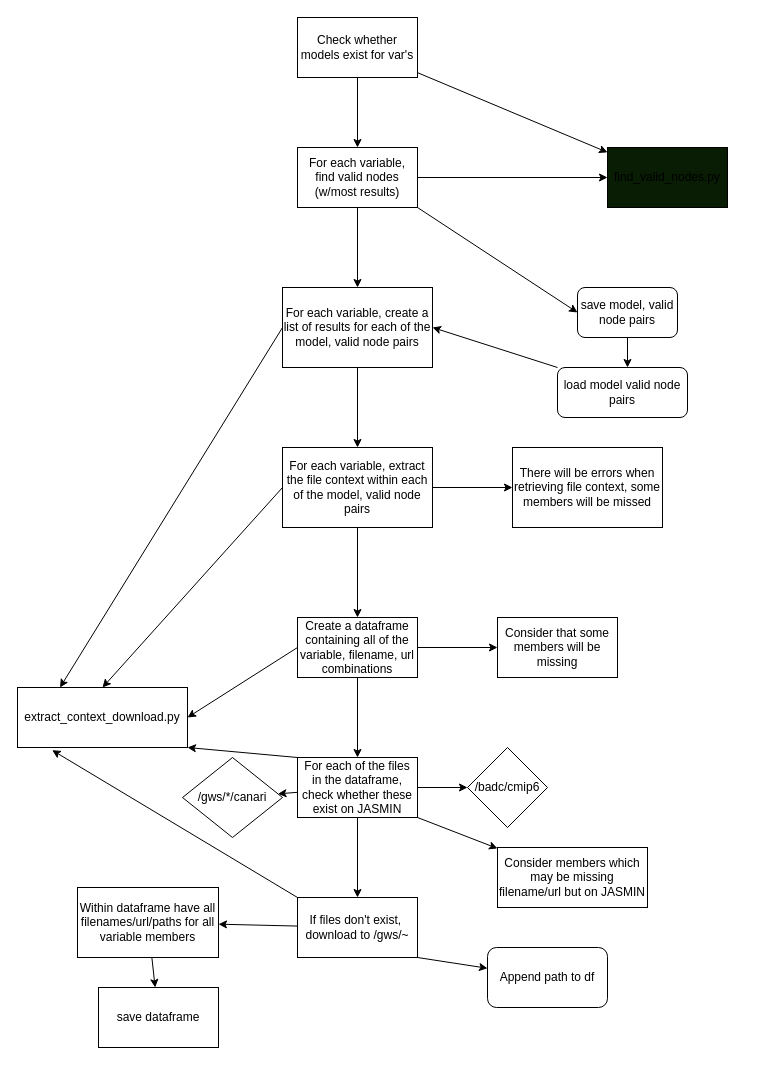
The draw.io diagram DCPP/downloading_dcpp_vis.drawio in benhutchmet/downloading-data, before the edit. Source tidied: cells renumbered, new cells numbered last; positions are measured from the earlier drawing's top-left corner, leaving out a move shared by most shapes. Both pictures are drawn from the tidied source at 100%, with x=0, y=0 at pixel (17, 17).
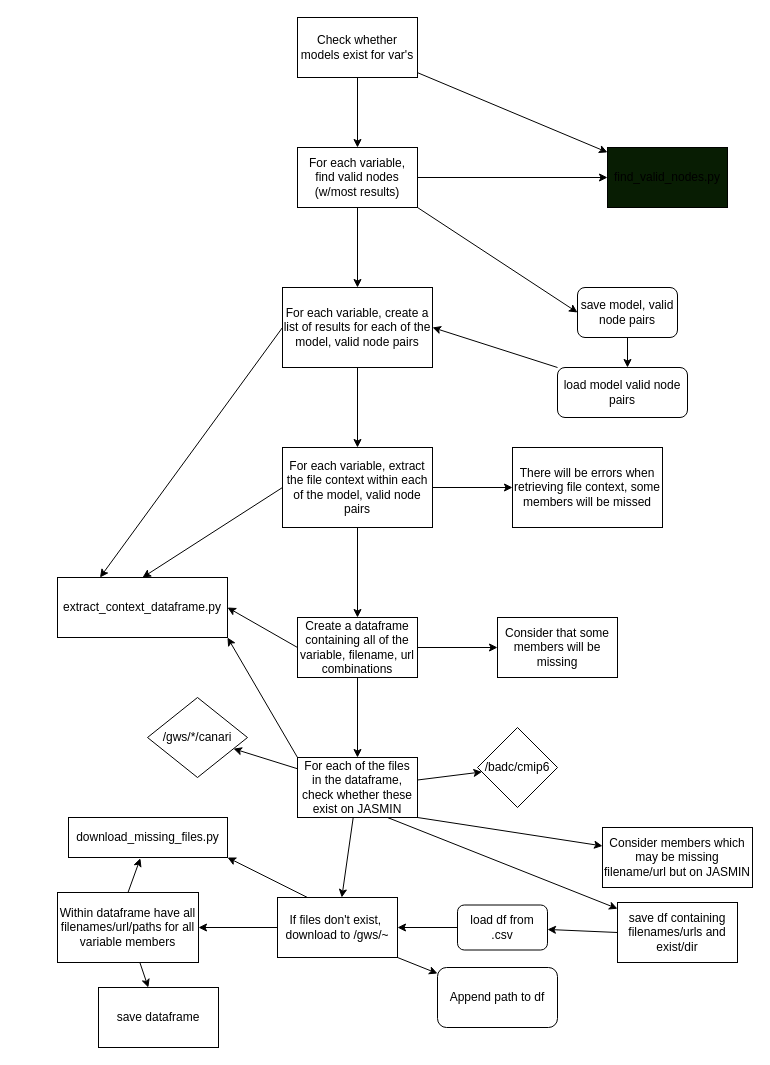
The same page after the edit.

Commit message (it also covers changes not shown here):
now move onto download script

The change refers to these unchanged cells:
```xml
<mxCell id="27" value="For each of the files in the dataframe, check whether these exist on JASMIN" style="whiteSpace=wrap;html=1;rounded=0;" parent="1" vertex="1">
  <mxGeometry x="280" y="740" width="120" height="60" as="geometry" />
</mxCell>
```

Change to the diagram source:
```diff
@@
+    <mxCell id="45" style="edgeStyle=none;html=1;exitX=0.75;exitY=1;exitDx=0;exitDy=0;" parent="1" edge="1" source="27" target="49">
+      <mxGeometry relative="1" as="geometry" />
+    </mxCell>
@@
     <mxCell id="28" value="/badc/cmip6" style="rhombus;whiteSpace=wrap;html=1;rounded=0;" parent="1" vertex="1">
-      <mxGeometry x="450" y="730" width="80" height="80" as="geometry" />
+      <mxGeometry x="460" y="710" width="80" height="80" as="geometry" />
     </mxCell>
     <mxCell id="29" value="/gws/*/canari" style="rhombus;whiteSpace=wrap;html=1;rounded=0;" parent="1" vertex="1">
-      <mxGeometry x="165" y="740" width="100" height="80" as="geometry" />
+      <mxGeometry x="130" y="680" width="100" height="80" as="geometry" />
     </mxCell>
@@
-    <mxCell id="32" style="edgeStyle=none;html=1;exitX=0;exitY=0;exitDx=0;exitDy=0;entryX=0.204;entryY=1.045;entryDx=0;entryDy=0;entryPerimeter=0;" parent="1" edge="1" source="33" target="39">
-      <mxGeometry relative="1" as="geometry" />
-    </mxCell>
+    <mxCell id="46" style="edgeStyle=none;html=1;exitX=0.25;exitY=0;exitDx=0;exitDy=0;entryX=1;entryY=1;entryDx=0;entryDy=0;" parent="1" edge="1" source="33" target="50">
+      <mxGeometry relative="1" as="geometry" />
+    </mxCell>
     <mxCell id="33" value="If files don't exist,&amp;nbsp; download to /gws/~" style="whiteSpace=wrap;html=1;rounded=0;" parent="1" vertex="1">
-      <mxGeometry x="280" y="880" width="120" height="60" as="geometry" />
+      <mxGeometry x="260" y="880" width="120" height="60" as="geometry" />
     </mxCell>
     <mxCell id="34" value="Consider members which may be missing filename/url but on JASMIN" style="rounded=0;whiteSpace=wrap;html=1;" parent="1" vertex="1">
-      <mxGeometry x="480" y="830" width="150" height="60" as="geometry" />
+      <mxGeometry x="585" y="810" width="150" height="60" as="geometry" />
     </mxCell>
@@
+    <mxCell id="47" style="edgeStyle=none;html=1;exitX=0.5;exitY=0;exitDx=0;exitDy=0;entryX=0.452;entryY=1.02;entryDx=0;entryDy=0;entryPerimeter=0;" parent="1" edge="1" source="36" target="50">
+      <mxGeometry relative="1" as="geometry" />
+    </mxCell>
     <mxCell id="36" value="Within dataframe have all filenames/url/paths for all variable members" style="whiteSpace=wrap;html=1;rounded=0;" parent="1" vertex="1">
-      <mxGeometry x="60" y="870" width="141" height="70" as="geometry" />
+      <mxGeometry x="40" y="875" width="141" height="70" as="geometry" />
     </mxCell>
     <mxCell id="37" value="Append path to df" style="rounded=1;whiteSpace=wrap;html=1;" parent="1" vertex="1">
-      <mxGeometry x="470" y="930" width="120" height="60" as="geometry" />
+      <mxGeometry x="420" y="950" width="120" height="60" as="geometry" />
     </mxCell>
@@
-    <mxCell id="39" value="extract_context_download.py" style="rounded=0;whiteSpace=wrap;html=1;" parent="1" vertex="1">
-      <mxGeometry y="670" width="170" height="60" as="geometry" />
+    <mxCell id="39" value="extract_context_dataframe.py" style="rounded=0;whiteSpace=wrap;html=1;" parent="1" vertex="1">
+      <mxGeometry x="40" y="560" width="170" height="60" as="geometry" />
     </mxCell>
@@
+    <mxCell id="48" style="edgeStyle=none;html=1;exitX=0;exitY=0.5;exitDx=0;exitDy=0;" parent="1" edge="1" source="49" target="52">
+      <mxGeometry relative="1" as="geometry" />
+    </mxCell>
+    <mxCell id="49" value="save df containing filenames/urls and exist/dir" style="rounded=0;whiteSpace=wrap;html=1;" parent="1" vertex="1">
+      <mxGeometry x="600" y="885" width="120" height="60" as="geometry" />
+    </mxCell>
+    <mxCell id="50" value="download_missing_files.py" style="rounded=0;whiteSpace=wrap;html=1;" parent="1" vertex="1">
+      <mxGeometry x="51" y="800" width="159" height="40" as="geometry" />
+    </mxCell>
+    <mxCell id="51" style="edgeStyle=none;html=1;exitX=0;exitY=0.5;exitDx=0;exitDy=0;" parent="1" edge="1" source="52" target="33">
+      <mxGeometry relative="1" as="geometry" />
+    </mxCell>
+    <mxCell id="52" value="load df from .csv" style="rounded=1;whiteSpace=wrap;html=1;" parent="1" vertex="1">
+      <mxGeometry x="440" y="887.5" width="90" height="45" as="geometry" />
+    </mxCell>
```
